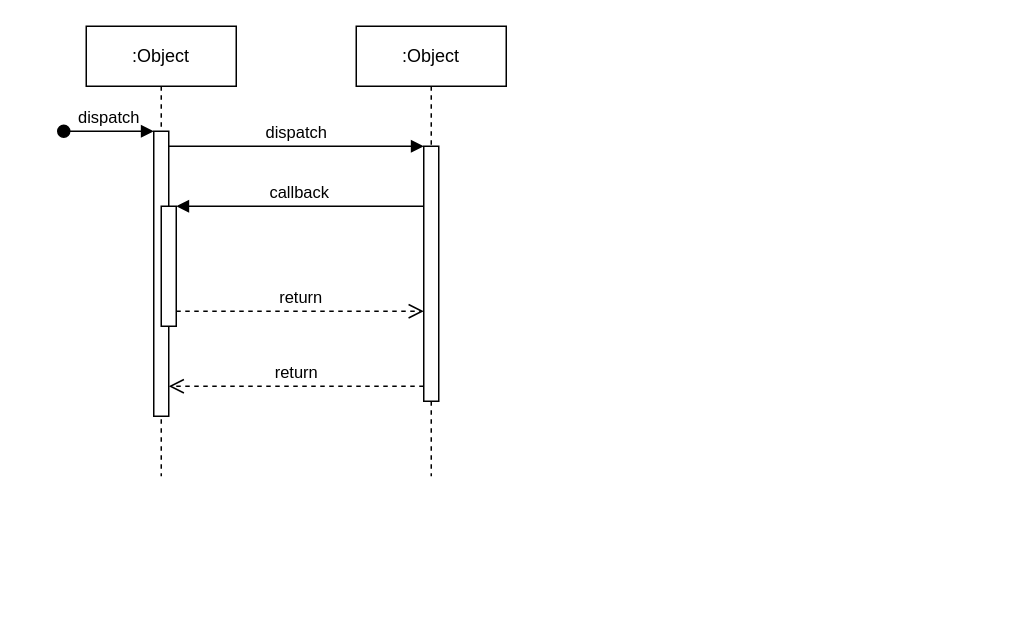
Before: Diagrama sin título.drawio in Davidgomez0404/david, a draw.io diagram. Source tidied: cells renumbered, new cells numbered last; positions are measured from the earlier drawing's top-left corner, leaving out a move shared by most shapes. Both pictures are drawn from the tidied source at 150%, with x=0, y=0 at pixel (63, 26).
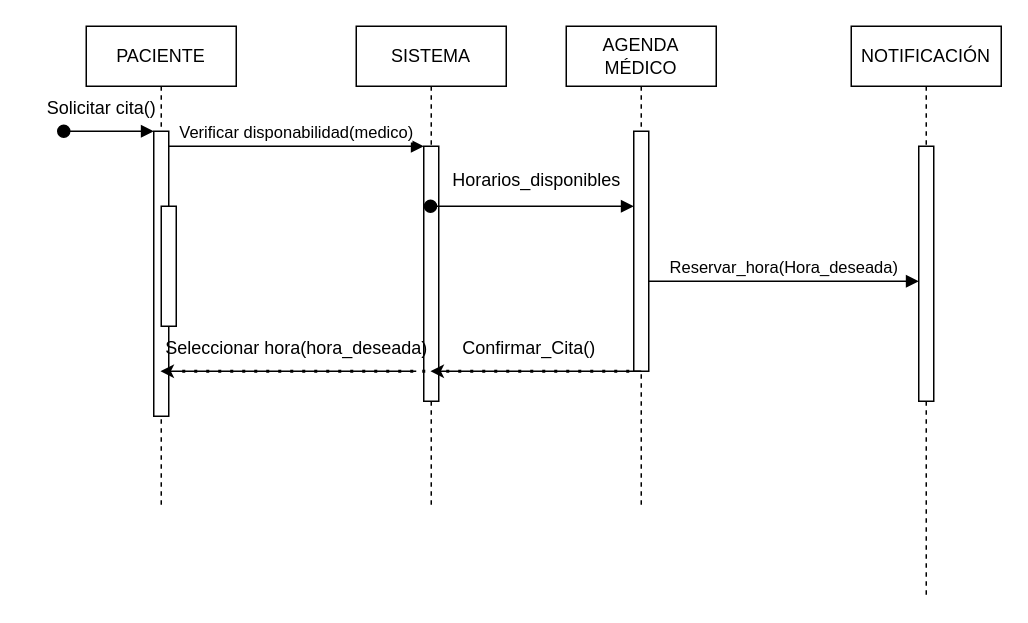
The same page after the edit.

Commit message:
Diagrama medico

Unchanged cells that the change refers to:
```xml
<mxCell id="3" style="html=1;points=[];perimeter=orthogonalPerimeter;outlineConnect=0;targetShapes=umlLifeline;portConstraint=eastwest;newEdgeStyle={&quot;edgeStyle&quot;:&quot;elbowEdgeStyle&quot;,&quot;elbow&quot;:&quot;vertical&quot;,&quot;curved&quot;:0,&quot;rounded&quot;:0};" parent="2" vertex="1">
  <mxGeometry x="45" y="70" width="10" height="190" as="geometry" />
</mxCell>
<mxCell id="5" style="html=1;points=[];perimeter=orthogonalPerimeter;outlineConnect=0;targetShapes=umlLifeline;portConstraint=eastwest;newEdgeStyle={&quot;edgeStyle&quot;:&quot;elbowEdgeStyle&quot;,&quot;elbow&quot;:&quot;vertical&quot;,&quot;curved&quot;:0,&quot;rounded&quot;:0};" parent="2" vertex="1">
  <mxGeometry x="50" y="120" width="10" height="80" as="geometry" />
</mxCell>
<mxCell id="7" style="html=1;points=[];perimeter=orthogonalPerimeter;outlineConnect=0;targetShapes=umlLifeline;portConstraint=eastwest;newEdgeStyle={&quot;edgeStyle&quot;:&quot;elbowEdgeStyle&quot;,&quot;elbow&quot;:&quot;vertical&quot;,&quot;curved&quot;:0,&quot;rounded&quot;:0};" parent="6" vertex="1">
  <mxGeometry x="45" y="80" width="10" height="170" as="geometry" />
</mxCell>
```

What changed in the source:
```diff
@@
-    <mxCell id="2" value=":Object" style="shape=umlLifeline;perimeter=lifelinePerimeter;whiteSpace=wrap;html=1;outlineConnect=0;portConstraint=eastwest;newEdgeStyle={&quot;edgeStyle&quot;:&quot;elbowEdgeStyle&quot;,&quot;elbow&quot;:&quot;vertical&quot;,&quot;curved&quot;:0,&quot;rounded&quot;:0};" parent="1" vertex="1">
-      <mxGeometry x="15" width="100" height="300" as="geometry" />
+    <mxCell id="2" value="PACIENTE" style="shape=umlLifeline;perimeter=lifelinePerimeter;whiteSpace=wrap;html=1;outlineConnect=0;portConstraint=eastwest;newEdgeStyle={&quot;edgeStyle&quot;:&quot;elbowEdgeStyle&quot;,&quot;elbow&quot;:&quot;vertical&quot;,&quot;curved&quot;:0,&quot;rounded&quot;:0};" parent="1" vertex="1">
+      <mxGeometry x="15" width="100" height="320" as="geometry" />
     </mxCell>
@@
-    <mxCell id="4" value="dispatch" style="html=1;verticalAlign=bottom;startArrow=oval;endArrow=block;startSize=8;edgeStyle=elbowEdgeStyle;elbow=vertical;curved=0;rounded=0;" parent="2" edge="1" target="3">
+    <mxCell id="4" style="html=1;verticalAlign=bottom;startArrow=oval;endArrow=block;startSize=8;edgeStyle=elbowEdgeStyle;elbow=vertical;curved=0;rounded=0;" parent="2" edge="1" target="3">
       <mxGeometry relative="1" as="geometry">
         <mxPoint x="-15" y="70" as="sourcePoint" />
       </mxGeometry>
     </mxCell>
@@
-    <mxCell id="6" value=":Object" style="shape=umlLifeline;perimeter=lifelinePerimeter;whiteSpace=wrap;html=1;outlineConnect=0;portConstraint=eastwest;newEdgeStyle={&quot;edgeStyle&quot;:&quot;elbowEdgeStyle&quot;,&quot;elbow&quot;:&quot;vertical&quot;,&quot;curved&quot;:0,&quot;rounded&quot;:0};" parent="1" vertex="1">
-      <mxGeometry x="195" width="100" height="300" as="geometry" />
+    <mxCell id="6" value="SISTEMA" style="shape=umlLifeline;perimeter=lifelinePerimeter;whiteSpace=wrap;html=1;outlineConnect=0;portConstraint=eastwest;newEdgeStyle={&quot;edgeStyle&quot;:&quot;elbowEdgeStyle&quot;,&quot;elbow&quot;:&quot;vertical&quot;,&quot;curved&quot;:0,&quot;rounded&quot;:0};" parent="1" vertex="1">
+      <mxGeometry x="195" width="100" height="320" as="geometry" />
     </mxCell>
@@
-    <mxCell id="8" value="dispatch" style="html=1;verticalAlign=bottom;endArrow=block;edgeStyle=elbowEdgeStyle;elbow=vertical;curved=0;rounded=0;" parent="1" edge="1" source="3" target="7">
+    <mxCell id="8" value="Verificar disponabilidad(medico)" style="html=1;verticalAlign=bottom;endArrow=block;edgeStyle=elbowEdgeStyle;elbow=vertical;curved=0;rounded=0;" parent="1" edge="1" source="3" target="7">
       <mxGeometry relative="1" as="geometry">
         <Array as="points">
           <mxPoint x="155" y="80" />
         </Array>
       </mxGeometry>
     </mxCell>
-    <mxCell id="9" value="return" style="html=1;verticalAlign=bottom;endArrow=open;dashed=1;endSize=8;edgeStyle=elbowEdgeStyle;elbow=vertical;curved=0;rounded=0;" parent="1" edge="1" source="7" target="3">
-      <mxGeometry relative="1" as="geometry">
-        <Array as="points">
-          <mxPoint x="165" y="240" />
-        </Array>
-      </mxGeometry>
-    </mxCell>
-    <mxCell id="10" value="callback" style="html=1;verticalAlign=bottom;endArrow=block;edgeStyle=elbowEdgeStyle;elbow=vertical;curved=0;rounded=0;" parent="1" edge="1" source="7" target="5">
-      <mxGeometry relative="1" as="geometry">
-        <Array as="points">
-          <mxPoint x="165" y="120" />
-        </Array>
-      </mxGeometry>
-    </mxCell>
-    <mxCell id="11" value="return" style="html=1;verticalAlign=bottom;endArrow=open;dashed=1;endSize=8;edgeStyle=elbowEdgeStyle;elbow=vertical;curved=0;rounded=0;" parent="1" edge="1" source="5" target="7">
-      <mxGeometry relative="1" as="geometry">
-        <Array as="points">
-          <mxPoint x="155" y="190" />
-        </Array>
-      </mxGeometry>
-    </mxCell>
+    <mxCell id="12" value="NOTIFICACIÓN" style="shape=umlLifeline;perimeter=lifelinePerimeter;whiteSpace=wrap;html=1;newEdgeStyle={&quot;edgeStyle&quot;:&quot;elbowEdgeStyle&quot;,&quot;elbow&quot;:&quot;vertical&quot;,&quot;curved&quot;:0,&quot;rounded&quot;:0};" parent="1" vertex="1">
+      <mxGeometry x="525" width="100" height="380" as="geometry" />
+    </mxCell>
+    <mxCell id="13" style="html=1;perimeter=orthogonalPerimeter;targetShapes=umlLifeline;newEdgeStyle={&quot;edgeStyle&quot;:&quot;elbowEdgeStyle&quot;,&quot;elbow&quot;:&quot;vertical&quot;,&quot;curved&quot;:0,&quot;rounded&quot;:0};" parent="12" vertex="1">
+      <mxGeometry x="45" y="80" width="10" height="170" as="geometry" />
+    </mxCell>
+    <mxCell id="14" value="Reservar_hora(Hora_deseada)" style="html=1;verticalAlign=bottom;endArrow=block;edgeStyle=elbowEdgeStyle;elbow=vertical;curved=0;rounded=0;" parent="1" edge="1" source="16">
+      <mxGeometry relative="1" as="geometry">
+        <mxPoint x="570" y="170" as="targetPoint" />
+        <Array as="points">
+          <mxPoint x="485" y="170" />
+        </Array>
+      </mxGeometry>
+    </mxCell>
+    <mxCell id="15" value="AGENDA MÉDICO" style="shape=umlLifeline;perimeter=lifelinePerimeter;whiteSpace=wrap;html=1;newEdgeStyle={&quot;edgeStyle&quot;:&quot;elbowEdgeStyle&quot;,&quot;elbow&quot;:&quot;vertical&quot;,&quot;curved&quot;:0,&quot;rounded&quot;:0};" parent="1" vertex="1">
+      <mxGeometry x="335" width="100" height="320" as="geometry" />
+    </mxCell>
+    <mxCell id="16" style="html=1;points=[];perimeter=orthogonalPerimeter;outlineConnect=0;targetShapes=umlLifeline;portConstraint=eastwest;newEdgeStyle={&quot;edgeStyle&quot;:&quot;elbowEdgeStyle&quot;,&quot;elbow&quot;:&quot;vertical&quot;,&quot;curved&quot;:0,&quot;rounded&quot;:0};" parent="15" vertex="1">
+      <mxGeometry x="45" y="70" width="10" height="160" as="geometry" />
+    </mxCell>
+    <mxCell id="17" value="Solicitar cita()" style="text;html=1;align=center;verticalAlign=middle;strokeColor=none;fillColor=none;" parent="1" vertex="1">
+      <mxGeometry x="-25" y="40" width="100" height="30" as="geometry" />
+    </mxCell>
+    <mxCell id="18" style="endArrow=classic;html=1;rounded=0;" parent="1" edge="1" target="2">
+      <mxGeometry relative="1" as="geometry">
+        <mxPoint x="235" y="230" as="sourcePoint" />
+      </mxGeometry>
+    </mxCell>
+    <mxCell id="19" value="Seleccionar hora(hora_deseada)" style="text;html=1;align=center;verticalAlign=middle;strokeColor=none;fillColor=none;" parent="1" vertex="1">
+      <mxGeometry x="55" y="200" width="200" height="30" as="geometry" />
+    </mxCell>
+    <mxCell id="20" style="html=1;verticalAlign=bottom;startArrow=oval;endArrow=block;startSize=8;edgeStyle=elbowEdgeStyle;elbow=vertical;curved=0;rounded=0;" parent="1" edge="1">
+      <mxGeometry relative="1" as="geometry">
+        <mxPoint x="244.5" y="120" as="sourcePoint" />
+        <mxPoint x="380" y="120" as="targetPoint" />
+      </mxGeometry>
+    </mxCell>
+    <mxCell id="21" value="Horarios_disponibles" style="text;html=1;align=center;verticalAlign=middle;strokeColor=none;fillColor=none;" parent="1" vertex="1">
+      <mxGeometry x="245" y="88" width="140" height="30" as="geometry" />
+    </mxCell>
+    <mxCell id="22" style="endArrow=classic;html=1;rounded=0;" parent="1" edge="1" target="6">
+      <mxGeometry relative="1" as="geometry">
+        <mxPoint x="385" y="230" as="sourcePoint" />
+      </mxGeometry>
+    </mxCell>
+    <mxCell id="23" style="endArrow=none;dashed=1;html=1;dashPattern=1 3;strokeWidth=2;rounded=0;" parent="1" edge="1">
+      <mxGeometry relative="1" as="geometry">
+        <mxPoint x="255" y="230" as="sourcePoint" />
+        <mxPoint x="380.5" y="230" as="targetPoint" />
+      </mxGeometry>
+    </mxCell>
+    <mxCell id="24" style="endArrow=none;dashed=1;html=1;dashPattern=1 3;strokeWidth=2;rounded=0;" parent="1" edge="1">
+      <mxGeometry relative="1" as="geometry">
+        <mxPoint x="79" y="230" as="sourcePoint" />
+        <mxPoint x="245" y="230" as="targetPoint" />
+      </mxGeometry>
+    </mxCell>
+    <mxCell id="25" value="Confirmar_Cita()" style="text;html=1;align=center;verticalAlign=middle;strokeColor=none;fillColor=none;" parent="1" vertex="1">
+      <mxGeometry x="255" y="200" width="110" height="30" as="geometry" />
+    </mxCell>
```
